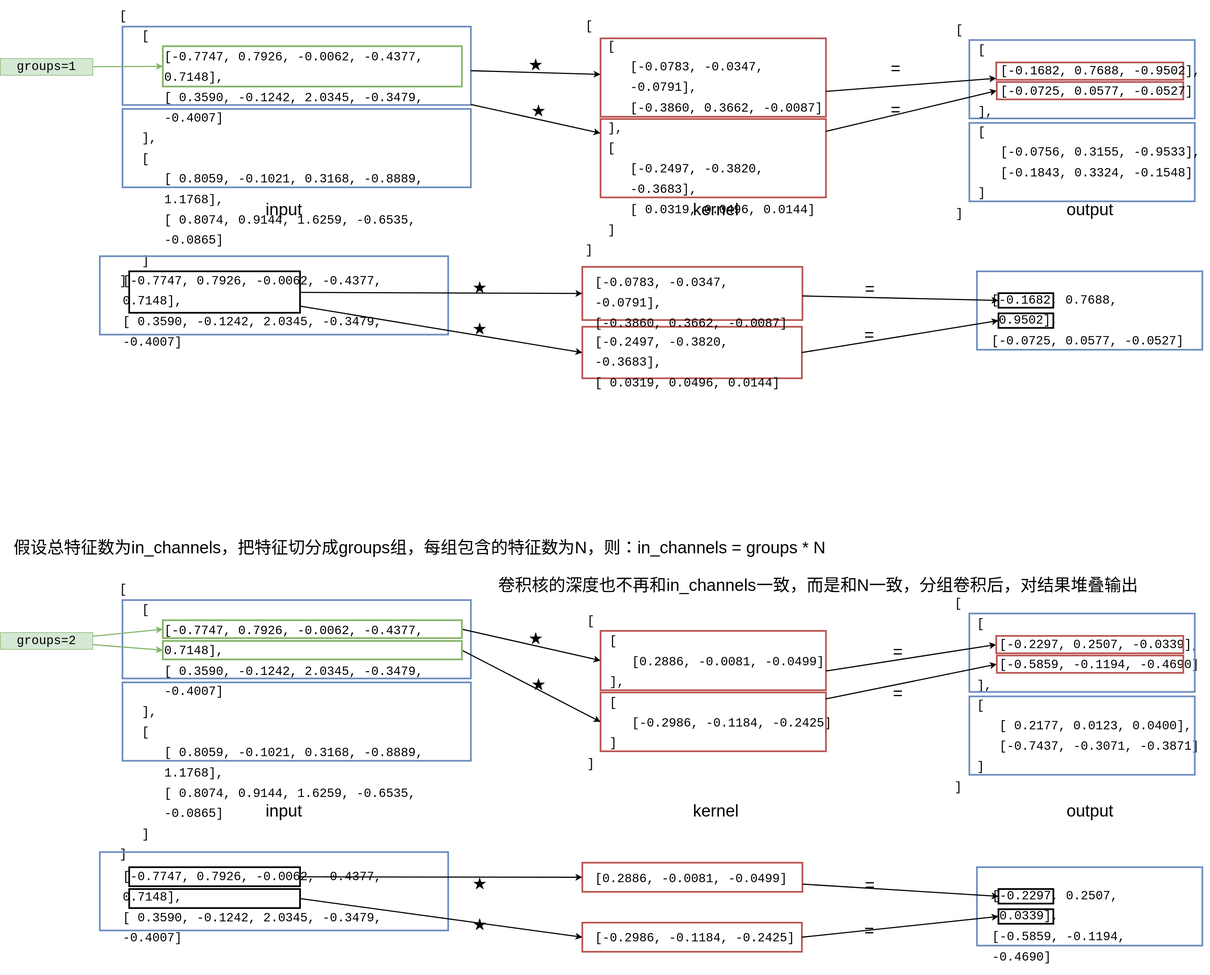
This is DL/module/Convolution/imgs/groups1d.svg from itmorn/AI.handbook, a draw.io export, as it was before one commit. Source tidied: cells renumbered, new cells last; positions are measured from the earlier drawing's top-left corner, leaving out a move shared by most shapes.
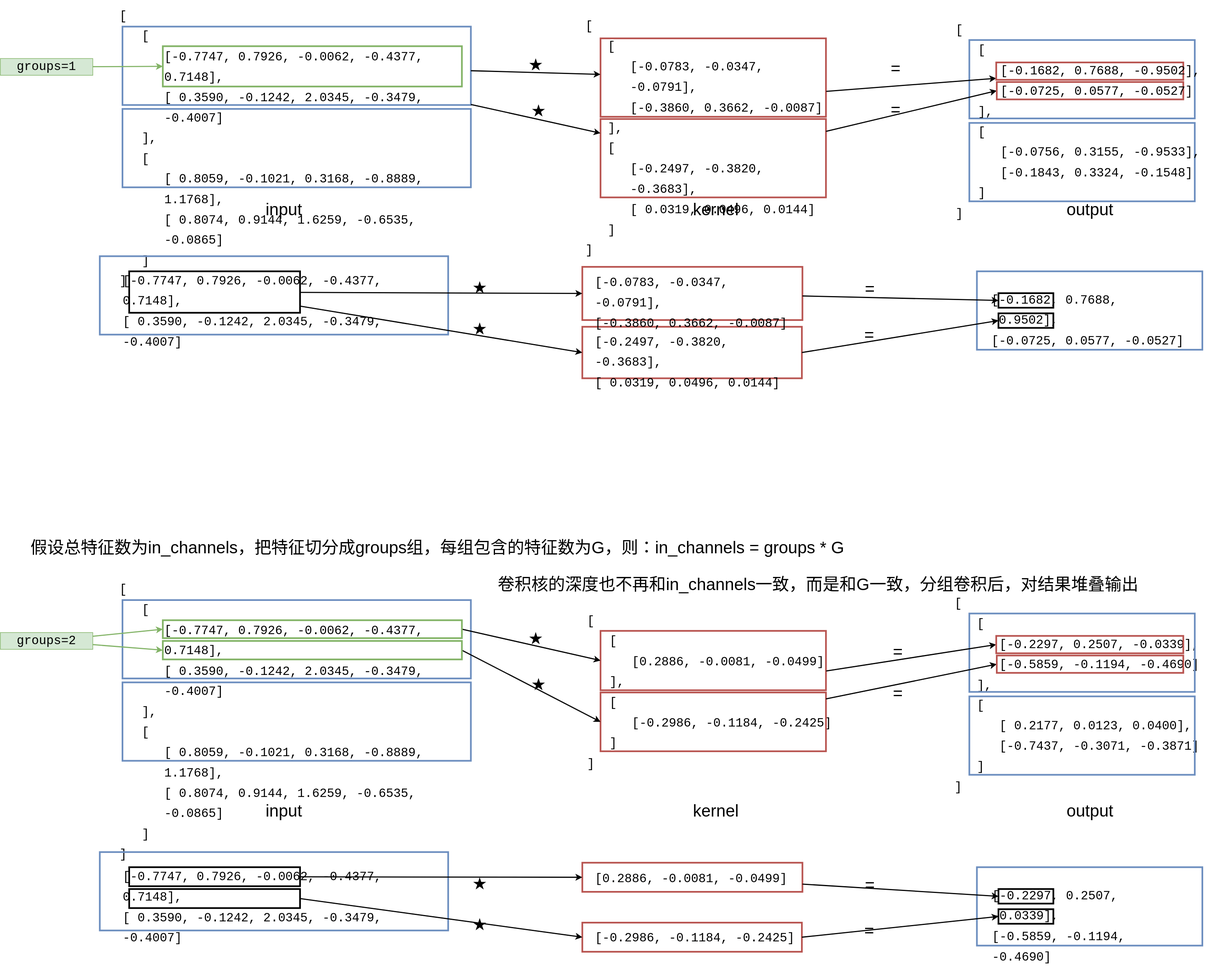
Later version of the same file.

Commit message:
图的小修改

What changed in the source:
```diff
@@ -140,8 +140,8 @@
     <mxCell id="47" style="rounded=0;whiteSpace=wrap;html=1;fontSize=30;fillColor=none;strokeColor=#82b366;strokeWidth=3;" parent="1" vertex="1">
       <mxGeometry x="290" y="1144" width="534" height="33" as="geometry" />
     </mxCell>
-    <mxCell id="48" value="假设总特征数为in_channels，把特征切分成groups组，每组包含的特征数为N，则：in_channels = groups&amp;nbsp;* N" style="text;html=1;strokeColor=none;fillColor=none;align=center;verticalAlign=middle;whiteSpace=wrap;rounded=0;fontSize=30;" parent="1" vertex="1">
-      <mxGeometry y="940" width="1498" height="73" as="geometry" />
+    <mxCell id="48" value="假设总特征数为in_channels，把特征切分成groups组，每组包含的特征数为G，则：in_channels = groups&amp;nbsp;* G" style="text;html=1;strokeColor=none;fillColor=none;align=center;verticalAlign=middle;whiteSpace=wrap;rounded=0;fontSize=30;" parent="1" vertex="1">
+      <mxGeometry y="940" width="1561" height="73" as="geometry" />
     </mxCell>
     <mxCell id="49" value="&lt;div style=&quot;font-family: Consolas, &amp;quot;Courier New&amp;quot;, monospace; font-size: 22px; line-height: 30px;&quot;&gt;&lt;div style=&quot;line-height: 30px;&quot;&gt;groups=2&lt;br&gt;&lt;/div&gt;&lt;/div&gt;" style="text;html=1;strokeColor=#82b366;fillColor=#d5e8d4;align=center;verticalAlign=middle;whiteSpace=wrap;rounded=0;fontSize=30;" parent="1" vertex="1">
       <mxGeometry y="1129" width="165" height="30" as="geometry" />
@@ -161,7 +161,7 @@
     <mxCell id="54" style="rounded=0;whiteSpace=wrap;html=1;fontSize=30;fillColor=none;strokeColor=#82b366;strokeWidth=3;" parent="1" vertex="1">
       <mxGeometry x="290" y="82" width="534" height="72" as="geometry" />
     </mxCell>
-    <mxCell id="55" value="卷积核的深度也不再和in_channels一致，而是和N一致，分组卷积后，对结果堆叠输出" style="text;html=1;strokeColor=none;fillColor=none;align=center;verticalAlign=middle;whiteSpace=wrap;rounded=0;fontSize=30;" parent="1" vertex="1">
+    <mxCell id="55" value="卷积核的深度也不再和in_channels一致，而是和G一致，分组卷积后，对结果堆叠输出" style="text;html=1;strokeColor=none;fillColor=none;align=center;verticalAlign=middle;whiteSpace=wrap;rounded=0;fontSize=30;" parent="1" vertex="1">
       <mxGeometry x="868" y="1007" width="1185" height="73" as="geometry" />
     </mxCell>
     <mxCell id="56" style="rounded=0;whiteSpace=wrap;html=1;strokeWidth=3;fontSize=30;fillColor=none;strokeColor=#b85450;" parent="1" vertex="1">
```
